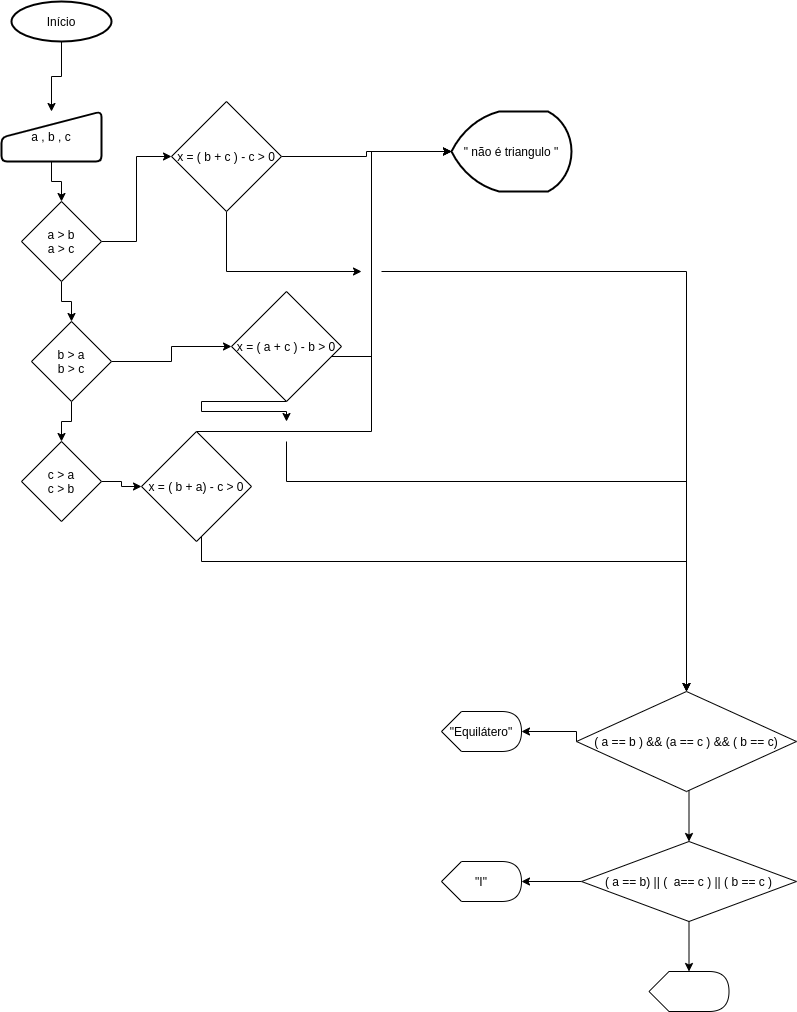
This is Trabalho_ de_APC1_(Questão 2).png from Lrlk/Trabalho-de-APC1, a draw.io export, as it was before one commit. Source tidied: cells renumbered, new cells last; positions are measured from the earlier drawing's top-left corner, leaving out a move shared by most shapes.
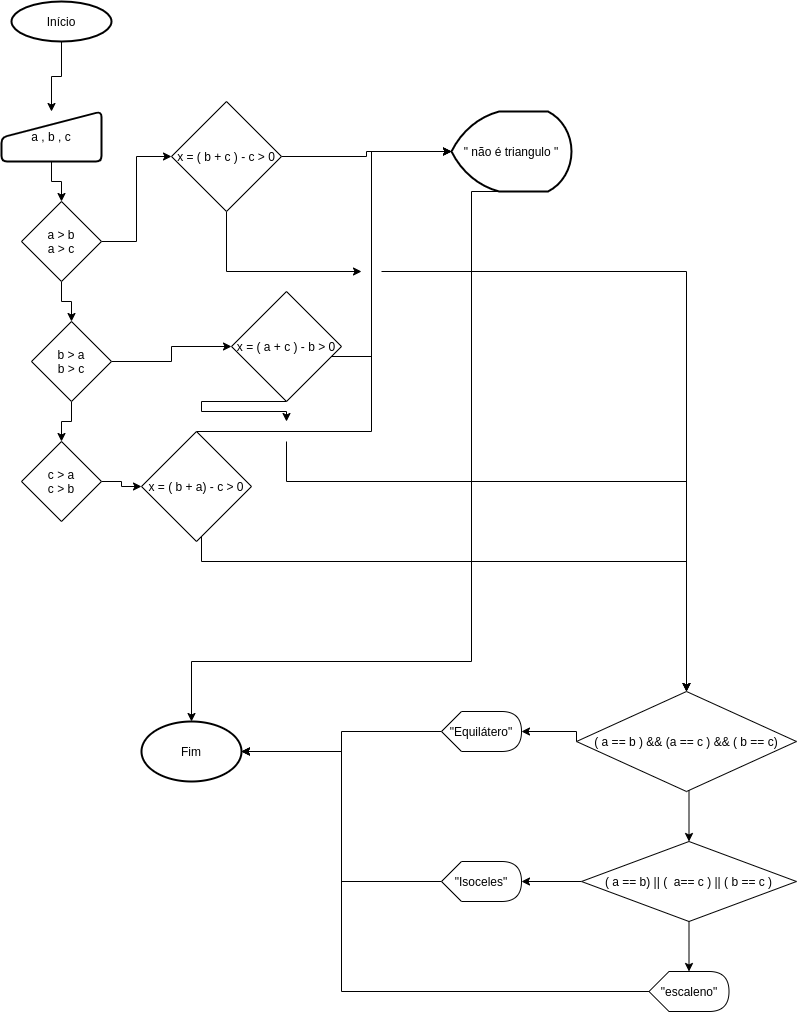
Above is the later version.

Change to the diagram source:
```diff
@@ -137,6 +137,16 @@
     <mxCell id="28" value="( a == b ) &amp;amp;&amp;amp; (a == c ) &amp;amp;&amp;amp; ( b == c)" style="rhombus;whiteSpace=wrap;html=1;rotation=0;" parent="1" vertex="1">
       <mxGeometry x="575" y="690" width="220" height="100" as="geometry" />
     </mxCell>
+    <mxCell id="36" style="edgeStyle=orthogonalEdgeStyle;rounded=0;jettySize=auto;html=1;exitX=0.5;exitY=1;exitDx=0;exitDy=0;exitPerimeter=0;" parent="1" edge="1" source="29">
+      <mxGeometry relative="1" as="geometry">
+        <mxPoint x="190" y="720" as="targetPoint" />
+        <Array as="points">
+          <mxPoint x="470" y="190" />
+          <mxPoint x="470" y="660" />
+          <mxPoint x="190" y="660" />
+        </Array>
+      </mxGeometry>
+    </mxCell>
     <mxCell id="29" value="&quot; não é triangulo &quot;" style="strokeWidth=2;html=1;shape=mxgraph.flowchart.display;whiteSpace=wrap;fontFamily=Helvetica;fontSize=12;fontColor=#000000;align=center;strokeColor=#000000;fillColor=#ffffff;" parent="1" vertex="1">
       <mxGeometry x="450" y="110" width="120" height="80" as="geometry" />
     </mxCell>
@@ -151,14 +161,31 @@
     <mxCell id="32" value="( a == b) || (&amp;nbsp; a== c ) || ( b == c )" style="rhombus;whiteSpace=wrap;html=1;" parent="1" vertex="1">
       <mxGeometry x="580" y="840" width="215" height="80" as="geometry" />
     </mxCell>
+    <mxCell id="37" style="edgeStyle=orthogonalEdgeStyle;rounded=0;jettySize=auto;html=1;entryX=1;entryY=0.5;entryDx=0;entryDy=0;entryPerimeter=0;" parent="1" edge="1" source="33" target="40">
+      <mxGeometry relative="1" as="geometry" />
+    </mxCell>
     <mxCell id="33" value="&quot;Equilátero&quot;" style="shape=display;whiteSpace=wrap;html=1;" parent="1" vertex="1">
       <mxGeometry x="440" y="710" width="80" height="40" as="geometry" />
     </mxCell>
+    <mxCell id="38" style="edgeStyle=orthogonalEdgeStyle;rounded=0;jettySize=auto;html=1;entryX=1;entryY=0.5;entryDx=0;entryDy=0;entryPerimeter=0;" parent="1" edge="1" source="34" target="40">
+      <mxGeometry relative="1" as="geometry" />
+    </mxCell>
-    <mxCell id="34" value="&quot;I&quot;" style="shape=display;whiteSpace=wrap;html=1;" parent="1" vertex="1">
+    <mxCell id="34" value="&quot;Isoceles&quot;" style="shape=display;whiteSpace=wrap;html=1;" parent="1" vertex="1">
       <mxGeometry x="440" y="860" width="80" height="40" as="geometry" />
     </mxCell>
+    <mxCell id="39" style="edgeStyle=orthogonalEdgeStyle;rounded=0;jettySize=auto;html=1;entryX=1;entryY=0.5;entryDx=0;entryDy=0;entryPerimeter=0;" parent="1" edge="1" source="35" target="40">
+      <mxGeometry relative="1" as="geometry">
+        <Array as="points">
+          <mxPoint x="340" y="990" />
+          <mxPoint x="340" y="750" />
+        </Array>
+      </mxGeometry>
+    </mxCell>
-    <mxCell id="35" style="shape=display;whiteSpace=wrap;html=1;" parent="1" vertex="1">
+    <mxCell id="35" value="&quot;escaleno&quot;" style="shape=display;whiteSpace=wrap;html=1;" parent="1" vertex="1">
       <mxGeometry x="647.5" y="970" width="80" height="40" as="geometry" />
     </mxCell>
+    <mxCell id="40" value="Fim" style="strokeWidth=2;html=1;shape=mxgraph.flowchart.start_1;whiteSpace=wrap;" parent="1" vertex="1">
+      <mxGeometry x="140" y="720" width="100" height="60" as="geometry" />
+    </mxCell>
   </root>
 </mxGraphModel>
```
